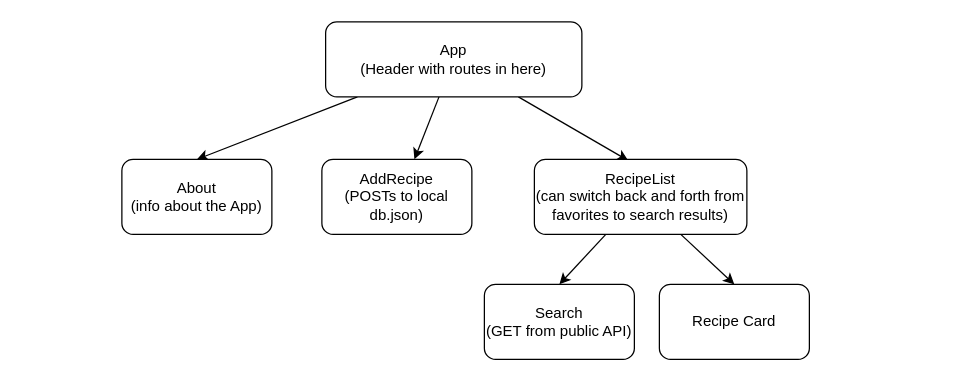
Earlier version of the draw.io diagram Forage.drawio (vcali02/Forage). Source tidied: cells renumbered, new cells numbered last; positions are measured from the earlier drawing's top-left corner, leaving out a move shared by most shapes. Both pictures are drawn from the tidied source at 125%, with x=0, y=0 at pixel (121, 21).
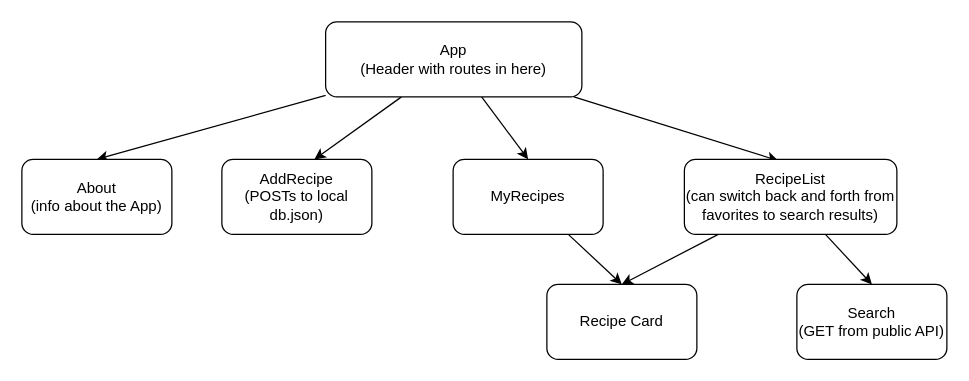
The same diagram, later.

The edit, as a diff of the source:
```diff
@@
 <mxGraphModel>
   <root>
     <mxCell id="0" />
     <mxCell id="1" parent="0" />
     <mxCell id="2" style="edgeStyle=none;html=1;entryX=0.442;entryY=0.017;entryDx=0;entryDy=0;entryPerimeter=0;" parent="1" edge="1" source="5" target="9">
       <mxGeometry relative="1" as="geometry" />
     </mxCell>
     <mxCell id="3" style="edgeStyle=none;html=1;entryX=0.617;entryY=0;entryDx=0;entryDy=0;entryPerimeter=0;" parent="1" edge="1" source="5" target="11">
       <mxGeometry relative="1" as="geometry" />
     </mxCell>
     <mxCell id="4" style="edgeStyle=none;html=1;entryX=0.5;entryY=0;entryDx=0;entryDy=0;" parent="1" edge="1" source="5" target="12">
       <mxGeometry relative="1" as="geometry" />
     </mxCell>
+    <mxCell id="13" style="edgeStyle=none;html=1;entryX=0.5;entryY=0;entryDx=0;entryDy=0;" parent="1" edge="1" source="5" target="15">
+      <mxGeometry relative="1" as="geometry" />
+    </mxCell>
     <mxCell id="5" value="App&lt;br&gt;(Header with routes in here)" style="rounded=1;whiteSpace=wrap;html=1;" parent="1" vertex="1">
       <mxGeometry x="163" width="205" height="60" as="geometry" />
     </mxCell>
     <mxCell id="6" value="Search&lt;br&gt;(GET from public API)" style="rounded=1;whiteSpace=wrap;html=1;" parent="1" vertex="1">
-      <mxGeometry x="290" y="210" width="120" height="60" as="geometry" />
+      <mxGeometry x="540" y="210" width="120" height="60" as="geometry" />
     </mxCell>
     <mxCell id="7" style="edgeStyle=none;html=1;entryX=0.5;entryY=0;entryDx=0;entryDy=0;" parent="1" edge="1" source="9" target="10">
       <mxGeometry relative="1" as="geometry" />
     </mxCell>
     <mxCell id="8" style="edgeStyle=none;html=1;entryX=0.5;entryY=0;entryDx=0;entryDy=0;" parent="1" edge="1" source="9" target="6">
       <mxGeometry relative="1" as="geometry" />
     </mxCell>
     <mxCell id="9" value="RecipeList&lt;br&gt;(can switch back and forth from favorites to search results)" style="rounded=1;whiteSpace=wrap;html=1;" parent="1" vertex="1">
-      <mxGeometry x="330" y="110" width="170" height="60" as="geometry" />
+      <mxGeometry x="450" y="110" width="170" height="60" as="geometry" />
     </mxCell>
     <mxCell id="10" value="Recipe Card" style="rounded=1;whiteSpace=wrap;html=1;" parent="1" vertex="1">
-      <mxGeometry x="430" y="210" width="120" height="60" as="geometry" />
+      <mxGeometry x="340" y="210" width="120" height="60" as="geometry" />
     </mxCell>
     <mxCell id="11" value="AddRecipe&lt;br&gt;(POSTs to local db.json)" style="rounded=1;whiteSpace=wrap;html=1;" parent="1" vertex="1">
-      <mxGeometry x="160" y="110" width="120" height="60" as="geometry" />
+      <mxGeometry x="80" y="110" width="120" height="60" as="geometry" />
     </mxCell>
     <mxCell id="12" value="About&lt;br&gt;(info about the App)" style="rounded=1;whiteSpace=wrap;html=1;" parent="1" vertex="1">
-      <mxGeometry y="110" width="120" height="60" as="geometry" />
+      <mxGeometry x="-80" y="110" width="120" height="60" as="geometry" />
     </mxCell>
+    <mxCell id="14" style="edgeStyle=none;html=1;entryX=0.5;entryY=0;entryDx=0;entryDy=0;" parent="1" edge="1" source="15" target="10">
+      <mxGeometry relative="1" as="geometry" />
+    </mxCell>
+    <mxCell id="15" value="MyRecipes" style="rounded=1;whiteSpace=wrap;html=1;" parent="1" vertex="1">
+      <mxGeometry x="265" y="110" width="120" height="60" as="geometry" />
+    </mxCell>
   </root>
 </mxGraphModel>
```
